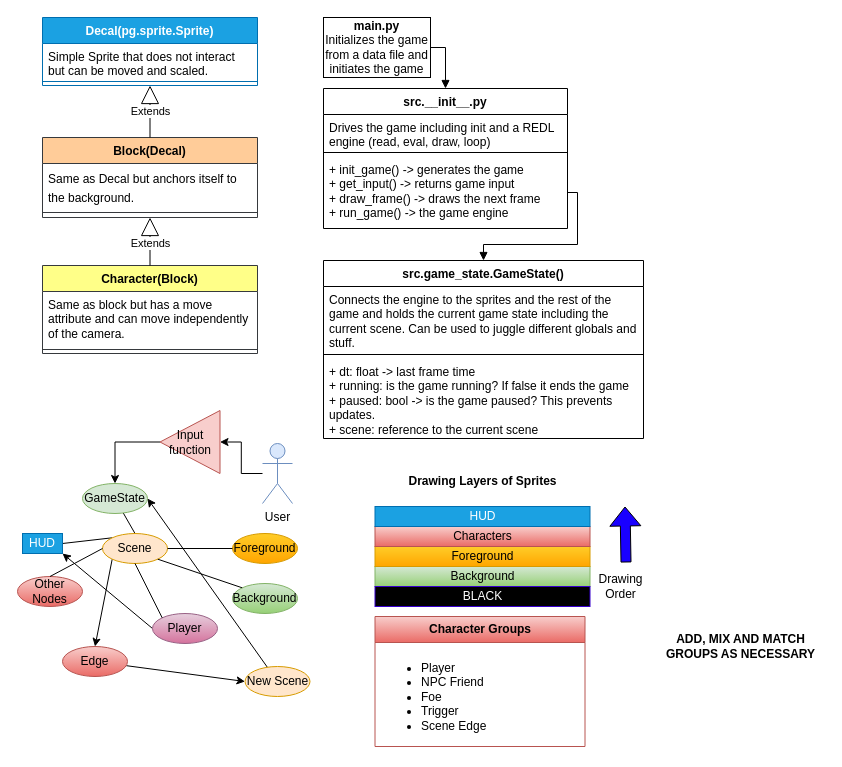
flythereddflagg/RCA keeps this draw.io diagram as docs/state_map.drawio. Above is the earlier version. Source tidied: cells renumbered, new cells numbered last; positions are measured from the earlier drawing's top-left corner, leaving out a move shared by most shapes. Both pictures are drawn from the tidied source at 100%, with x=0, y=0 at pixel (17, 17).
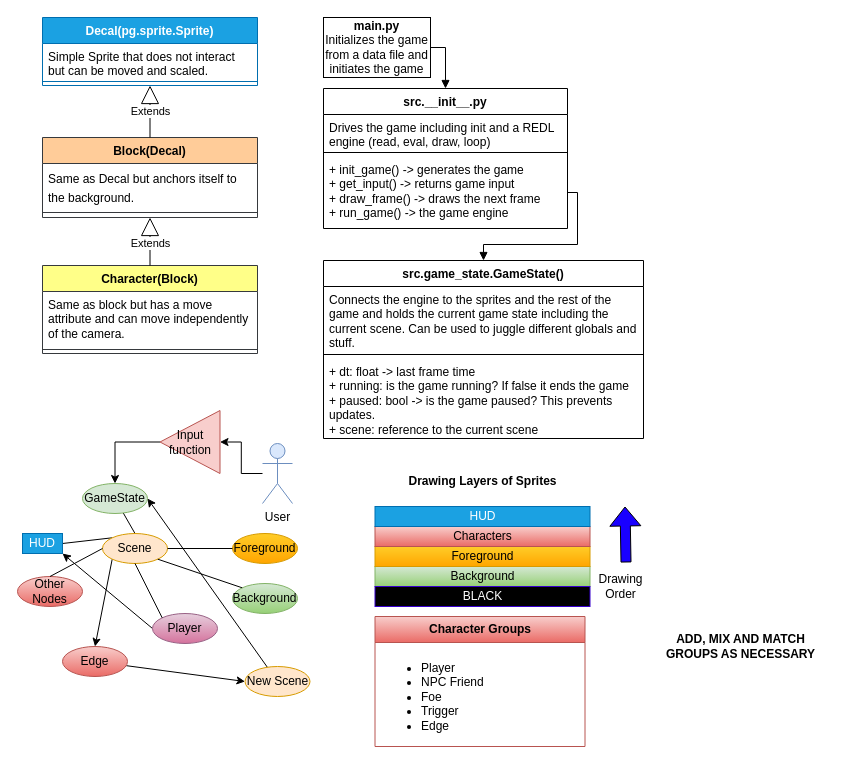
Above is the later version.

Unchanged cells that the change refers to:
```xml
<mxCell id="55" value="&lt;b&gt;Character Groups&lt;/b&gt;" style="swimlane;fontStyle=0;horizontal=1;startSize=26;fillColor=#f8cecc;whiteSpace=wrap;html=1;gradientColor=#ea6b66;strokeColor=#b85450;" parent="1" vertex="1">
  <mxGeometry x="357.5" y="599" width="210" height="130" as="geometry" />
</mxCell>
```

Diff of the diagram source:
```diff
@@
-    <mxCell id="56" value="&lt;ul&gt;&lt;li&gt;Player&lt;/li&gt;&lt;li&gt;NPC Friend&lt;/li&gt;&lt;li&gt;Foe&lt;/li&gt;&lt;li&gt;Trigger&lt;/li&gt;&lt;li&gt;Scene Edge&lt;/li&gt;&lt;/ul&gt;" style="text;strokeColor=none;fillColor=none;align=left;verticalAlign=top;spacingLeft=4;spacingRight=4;overflow=hidden;whiteSpace=wrap;html=1;" parent="55" vertex="1">
+    <mxCell id="56" value="&lt;ul&gt;&lt;li&gt;Player&lt;/li&gt;&lt;li&gt;NPC Friend&lt;/li&gt;&lt;li&gt;Foe&lt;/li&gt;&lt;li&gt;Trigger&lt;/li&gt;&lt;li&gt;Edge&lt;/li&gt;&lt;/ul&gt;" style="text;strokeColor=none;fillColor=none;align=left;verticalAlign=top;spacingLeft=4;spacingRight=4;overflow=hidden;whiteSpace=wrap;html=1;" parent="55" vertex="1">
       <mxGeometry y="26" width="210" height="104" as="geometry" />
     </mxCell>
```
